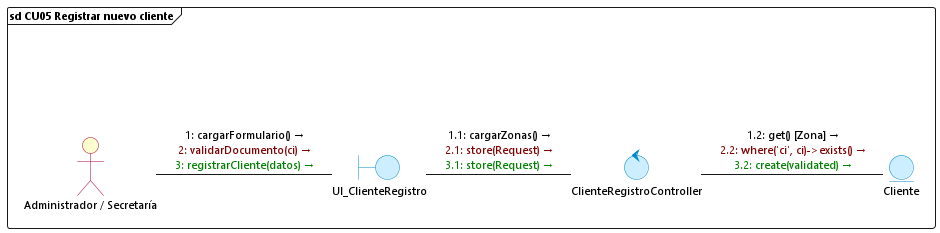
Above: diagramas/comunicacion/cu05_registrar_nuevo_cliente.png in DiogoMars777/TELCOM-2.0 (PlantUML), before the change. Source of this version:
```plantuml
@startuml cu05_registrar_nuevo_cliente
skinparam backgroundColor white
skinparam defaultFontName "Segoe UI"
skinparam defaultFontSize 11
skinparam interfaceBackgroundColor transparent
skinparam interfaceBorderColor transparent
skinparam actorBackgroundColor #FEFECE
skinparam actorBorderColor #A80036
skinparam boundaryBackgroundColor #CCEEFF
skinparam boundaryBorderColor #0088CC
skinparam controlBackgroundColor #CCEEFF
skinparam controlBorderColor #0088CC
skinparam entityBackgroundColor #CCEEFF
skinparam entityBorderColor #0088CC

frame "sd CU05 Registrar nuevo cliente" {
    () " " as spacer
    actor "Administrador / Secretaría" as Admin
    boundary UI_ClienteRegistro
    control ClienteRegistroController
    entity Cliente

    spacer -[hidden]down- Admin

    Admin -right- UI_ClienteRegistro : <font color=#000000>1: cargarFormulario() →</font>\n<font color=#800000>2: validarDocumento(ci) →</font>\n<font color=#008000>3: registrarCliente(datos) →</font>

    UI_ClienteRegistro -right- ClienteRegistroController : <font color=#000000>1.1: cargarZonas() →</font>\n<font color=#800000>2.1: store(Request) →</font>\n<font color=#008000>3.1: store(Request) →</font>

    ClienteRegistroController -right- Cliente : <font color=#000000>1.2: get() [Zona] →</font>\n<font color=#800000>2.2: where('ci', ci)->exists() →</font>\n<font color=#008000>3.2: create(validated) →</font>
}
@enduml
```
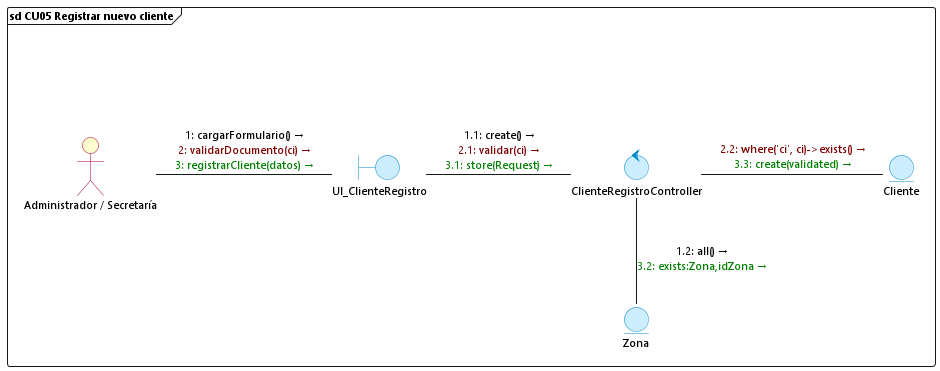
Later version of the same file.

Change to the diagram source:
```diff
@@ -19,13 +19,16 @@
     boundary UI_ClienteRegistro
     control ClienteRegistroController
     entity Cliente
+    entity Zona
 
     spacer -[hidden]down- Admin
 
     Admin -right- UI_ClienteRegistro : <font color=#000000>1: cargarFormulario() →</font>\n<font color=#800000>2: validarDocumento(ci) →</font>\n<font color=#008000>3: registrarCliente(datos) →</font>
 
-    UI_ClienteRegistro -right- ClienteRegistroController : <font color=#000000>1.1: cargarZonas() →</font>\n<font color=#800000>2.1: store(Request) →</font>\n<font color=#008000>3.1: store(Request) →</font>
+    UI_ClienteRegistro -right- ClienteRegistroController : <font color=#000000>1.1: create() →</font>\n<font color=#800000>2.1: validar(ci) →</font>\n<font color=#008000>3.1: store(Request) →</font>
 
-    ClienteRegistroController -right- Cliente : <font color=#000000>1.2: get() [Zona] →</font>\n<font color=#800000>2.2: where('ci', ci)->exists() →</font>\n<font color=#008000>3.2: create(validated) →</font>
+    ClienteRegistroController -right- Cliente : <font color=#800000>2.2: where('ci', ci)->exists() →</font>\n<font color=#008000>3.3: create(validated) →</font>
+
+    ClienteRegistroController -down- Zona : <font color=#000000>1.2: all() →</font>\n<font color=#008000>3.2: exists:Zona,idZona →</font>
 }
 @enduml
```
